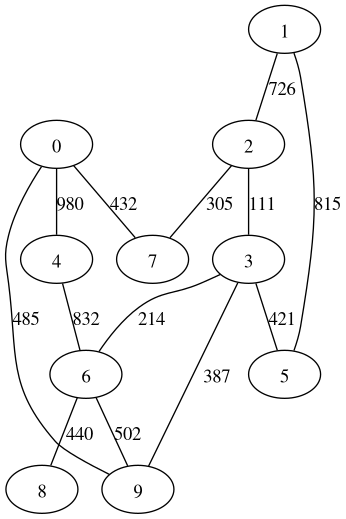
The Graphviz diagram graph.png in Pawlo83/OK, before a commit. Its source is kept beside it as graph.dot.
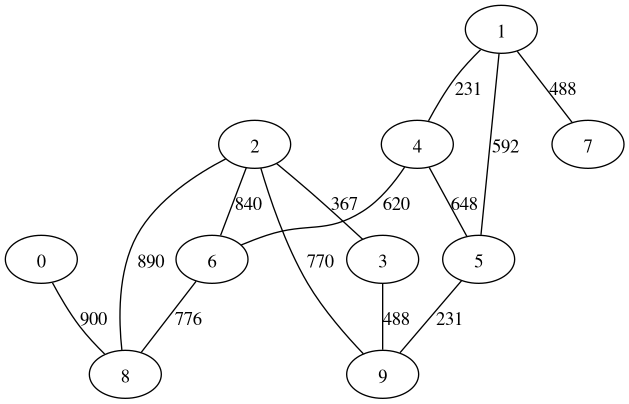
After the commit.

Change to the diagram source:
```diff
@@ -1,15 +1,15 @@
 graph G {
-  0 -- 4 [label="980"]
-  0 -- 7 [label="432"]
-  0 -- 9 [label="485"]
-  1 -- 2 [label="726"]
-  1 -- 5 [label="815"]
-  2 -- 3 [label="111"]
-  2 -- 7 [label="305"]
-  3 -- 5 [label="421"]
-  3 -- 6 [label="214"]
-  3 -- 9 [label="387"]
-  4 -- 6 [label="832"]
-  6 -- 8 [label="440"]
-  6 -- 9 [label="502"]
+  0 -- 8 [label="900"]
+  1 -- 4 [label="231"]
+  1 -- 5 [label="592"]
+  1 -- 7 [label="488"]
+  2 -- 3 [label="367"]
+  2 -- 6 [label="840"]
+  2 -- 8 [label="890"]
+  2 -- 9 [label="770"]
+  3 -- 9 [label="488"]
+  4 -- 5 [label="648"]
+  4 -- 6 [label="620"]
+  5 -- 9 [label="231"]
+  6 -- 8 [label="776"]
 }
```
